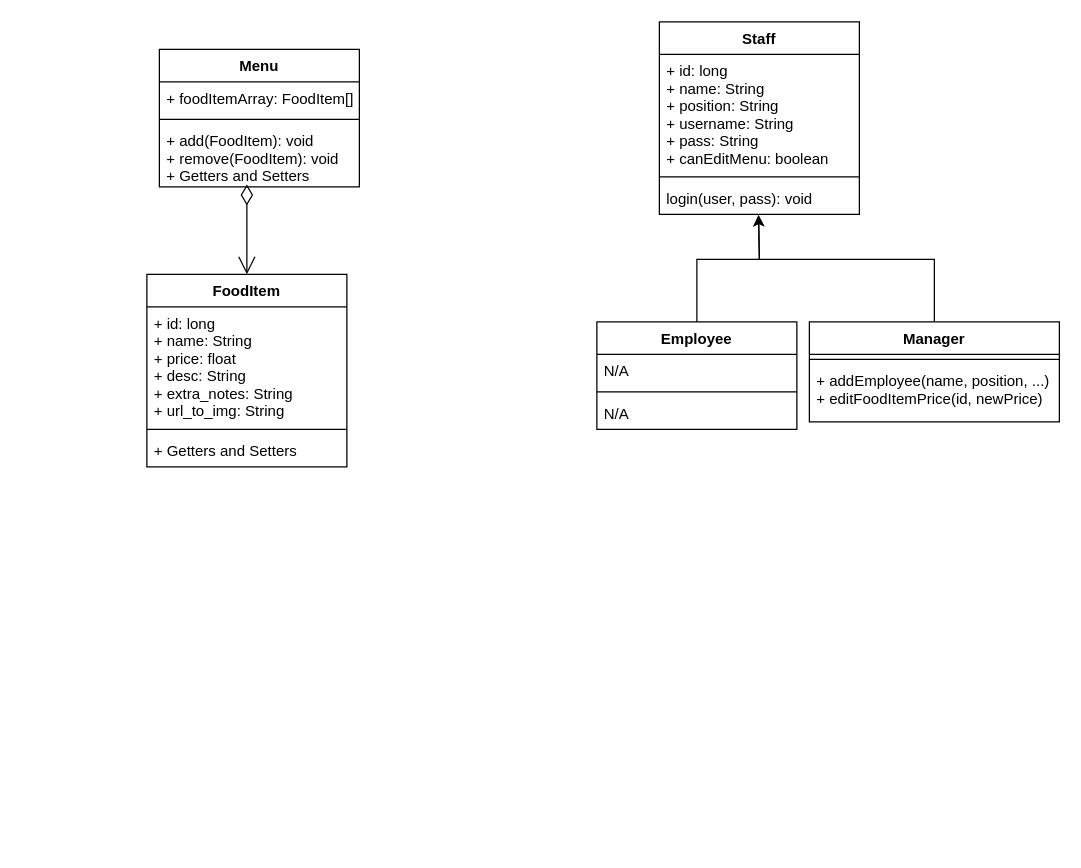
Earlier version of the draw.io diagram docs/Class Diagram 10212022.drawio (nick9982/foodify). Source tidied: cells renumbered, new cells numbered last; positions are measured from the earlier drawing's top-left corner, leaving out a move shared by most shapes. Both pictures are drawn from the tidied source at 125%, with x=0, y=0 at pixel (146, 21).
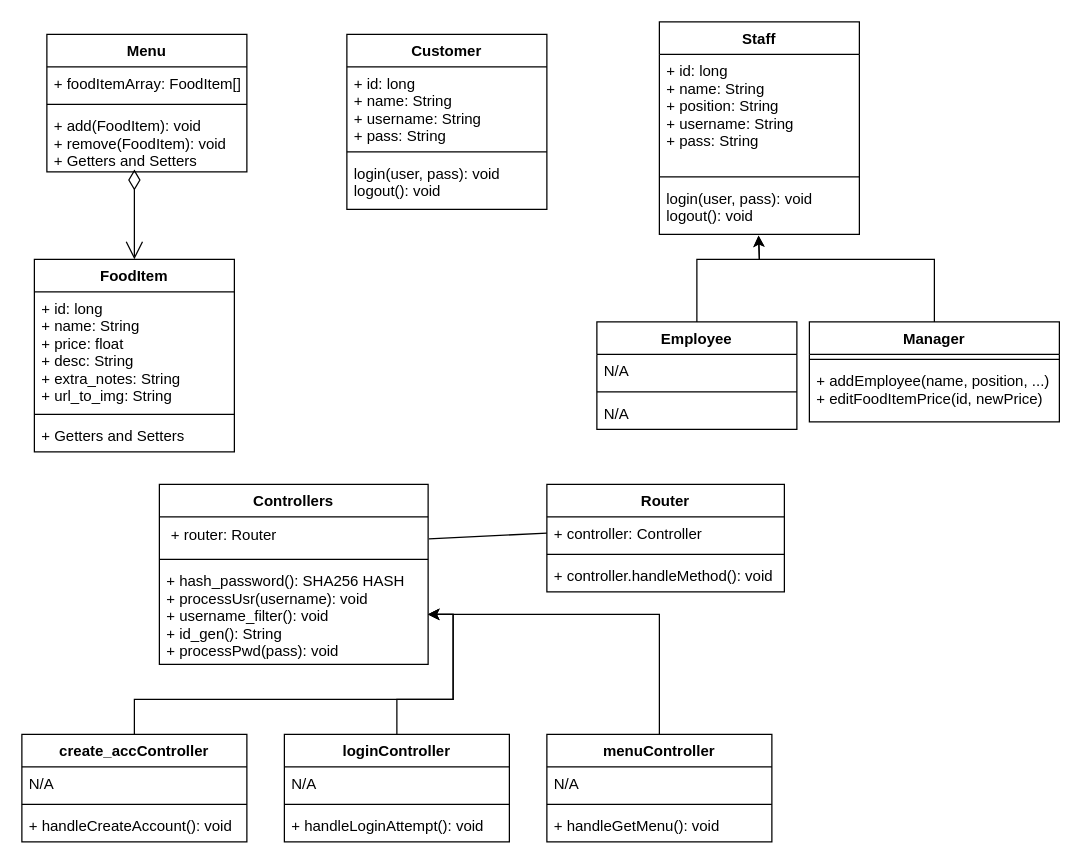
After the change.

Commit message (it also covers changes not shown here):
Updated Gantt, class diagram

Diff of the diagram source:
```diff
@@
     <mxCell id="2" value="Menu" style="swimlane;fontStyle=1;align=center;verticalAlign=top;horizontal=1;startSize=26;" parent="1" vertex="1">
-      <mxGeometry x="10" y="22" width="160" height="110" as="geometry" />
+      <mxGeometry x="-80" y="10" width="160" height="110" as="geometry" />
     </mxCell>
@@
     <mxCell id="6" value="Staff" style="swimlane;fontStyle=1;align=center;verticalAlign=top;horizontal=1;startSize=26;" parent="1" vertex="1">
-      <mxGeometry x="410" width="160" height="154" as="geometry" />
+      <mxGeometry x="410" width="160" height="170" as="geometry" />
     </mxCell>
-    <mxCell id="7" value="+ id: long&#10;+ name: String&#10;+ position: String&#10;+ username: String&#10;+ pass: String&#10;+ canEditMenu: boolean" style="text;strokeColor=none;fillColor=none;align=left;verticalAlign=top;spacingLeft=4;spacingRight=4;overflow=hidden;" parent="6" vertex="1">
+    <mxCell id="7" value="+ id: long&#10;+ name: String&#10;+ position: String&#10;+ username: String&#10;+ pass: String" style="text;strokeColor=none;fillColor=none;align=left;verticalAlign=top;spacingLeft=4;spacingRight=4;overflow=hidden;" parent="6" vertex="1">
       <mxGeometry y="26" width="160" height="94" as="geometry" />
     </mxCell>
@@
-    <mxCell id="9" value="login(user, pass): void" style="text;strokeColor=none;fillColor=none;align=left;verticalAlign=top;spacingLeft=4;spacingRight=4;overflow=hidden;points=[[0,0.5],[1,0.5]];portConstraint=eastwest;" parent="6" vertex="1">
-      <mxGeometry y="128" width="160" height="26" as="geometry" />
+    <mxCell id="9" value="login(user, pass): void&#10;logout(): void" style="text;strokeColor=none;fillColor=none;align=left;verticalAlign=top;spacingLeft=4;spacingRight=4;overflow=hidden;points=[[0,0.5],[1,0.5]];portConstraint=eastwest;" parent="6" vertex="1">
+      <mxGeometry y="128" width="160" height="42" as="geometry" />
     </mxCell>
@@
     <mxCell id="13" value="FoodItem" style="swimlane;fontStyle=1;align=center;verticalAlign=top;horizontal=1;startSize=26;" parent="1" vertex="1">
-      <mxGeometry y="202" width="160" height="154" as="geometry" />
+      <mxGeometry x="-90" y="190" width="160" height="154" as="geometry" />
     </mxCell>
@@
     <mxCell id="17" style="endArrow=open;html=1;endSize=12;startArrow=diamondThin;startSize=14;startFill=0;edgeStyle=orthogonalEdgeStyle;align=left;verticalAlign=bottom;rounded=0;entryX=0.5;entryY=0;entryDx=0;entryDy=0;" parent="1" edge="1" target="13">
       <mxGeometry x="-1" y="3" relative="1" as="geometry">
-        <mxPoint x="80" y="130" as="sourcePoint" />
+        <mxPoint x="-10" y="118" as="sourcePoint" />
         <Array as="points">
-          <mxPoint x="80" y="166" />
-          <mxPoint x="80" y="166" />
+          <mxPoint x="-10" y="154" />
+          <mxPoint x="-10" y="154" />
         </Array>
       </mxGeometry>
     </mxCell>
@@
+    <mxCell id="24" value="Customer" style="swimlane;fontStyle=1;align=center;verticalAlign=top;horizontal=1;startSize=26;" parent="1" vertex="1">
+      <mxGeometry x="160" y="10" width="160" height="140" as="geometry" />
+    </mxCell>
+    <mxCell id="25" value="+ id: long&#10;+ name: String&#10;+ username: String&#10;+ pass: String" style="text;strokeColor=none;fillColor=none;align=left;verticalAlign=top;spacingLeft=4;spacingRight=4;overflow=hidden;" parent="24" vertex="1">
+      <mxGeometry y="26" width="160" height="64" as="geometry" />
+    </mxCell>
+    <mxCell id="26" style="line;strokeWidth=1;fillColor=none;align=left;verticalAlign=middle;spacingTop=-1;spacingLeft=3;spacingRight=3;labelPosition=right;strokeColor=inherit;" parent="24" vertex="1">
+      <mxGeometry y="90" width="160" height="8" as="geometry" />
+    </mxCell>
+    <mxCell id="27" value="login(user, pass): void&#10;logout(): void" style="text;strokeColor=none;fillColor=none;align=left;verticalAlign=top;spacingLeft=4;spacingRight=4;overflow=hidden;" parent="24" vertex="1">
+      <mxGeometry y="98" width="160" height="42" as="geometry" />
+    </mxCell>
+    <mxCell id="28" value="Router" style="swimlane;fontStyle=1;align=center;verticalAlign=top;horizontal=1;startSize=26;" parent="1" vertex="1">
+      <mxGeometry x="320" y="370" width="190" height="86" as="geometry" />
+    </mxCell>
+    <mxCell id="29" value="+ controller: Controller" style="text;strokeColor=none;fillColor=none;align=left;verticalAlign=top;spacingLeft=4;spacingRight=4;overflow=hidden;points=[[0,0.5],[1,0.5]];portConstraint=eastwest;" parent="28" vertex="1">
+      <mxGeometry y="26" width="190" height="26" as="geometry" />
+    </mxCell>
+    <mxCell id="30" style="line;strokeWidth=1;fillColor=none;align=left;verticalAlign=middle;spacingTop=-1;spacingLeft=3;spacingRight=3;labelPosition=right;strokeColor=inherit;" parent="28" vertex="1">
+      <mxGeometry y="52" width="190" height="8" as="geometry" />
+    </mxCell>
+    <mxCell id="31" value="+ controller.handleMethod(): void" style="text;strokeColor=none;fillColor=none;align=left;verticalAlign=top;spacingLeft=4;spacingRight=4;overflow=hidden;" parent="28" vertex="1">
+      <mxGeometry y="60" width="190" height="26" as="geometry" />
+    </mxCell>
+    <mxCell id="32" style="endArrow=none;html=1;rounded=0;entryX=0;entryY=0.5;entryDx=0;entryDy=0;startArrow=none;exitX=1.003;exitY=0.585;exitDx=0;exitDy=0;exitPerimeter=0;" parent="1" edge="1" source="34" target="29">
+      <mxGeometry relative="1" as="geometry" />
+    </mxCell>
+    <mxCell id="33" value="Controllers" style="swimlane;fontStyle=1;align=center;verticalAlign=top;horizontal=1;startSize=26;" parent="1" vertex="1">
+      <mxGeometry x="10" y="370" width="215" height="144" as="geometry" />
+    </mxCell>
+    <mxCell id="34" value="+ router: Router&amp;nbsp; &amp;nbsp; &amp;nbsp; &amp;nbsp; &amp;nbsp; &amp;nbsp; &amp;nbsp; &amp;nbsp; &amp;nbsp; &amp;nbsp; &amp;nbsp; &amp;nbsp; &amp;nbsp; &amp;nbsp; &amp;nbsp; &amp;nbsp; &amp;nbsp;&amp;nbsp;" style="text;html=1;align=center;verticalAlign=middle;points=[];strokeColor=none;fillColor=none;" parent="33" vertex="1">
+      <mxGeometry y="26" width="215" height="30" as="geometry" />
+    </mxCell>
+    <mxCell id="35" style="line;strokeWidth=1;fillColor=none;align=left;verticalAlign=middle;spacingTop=-1;spacingLeft=3;spacingRight=3;labelPosition=right;strokeColor=inherit;" parent="33" vertex="1">
+      <mxGeometry y="56" width="215" height="8" as="geometry" />
+    </mxCell>
+    <mxCell id="36" value="+ hash_password(): SHA256 HASH&#10;+ processUsr(username): void&#10;+ username_filter(): void&#10;+ id_gen(): String&#10;+ processPwd(pass): void" style="text;strokeColor=none;fillColor=none;align=left;verticalAlign=top;spacingLeft=4;spacingRight=4;overflow=hidden;points=[[0,0.5],[1,0.5]];portConstraint=eastwest;" parent="33" vertex="1">
+      <mxGeometry y="64" width="215" height="80" as="geometry" />
+    </mxCell>
+    <mxCell id="37" style="edgeStyle=orthogonalEdgeStyle;rounded=0;jettySize=auto;html=1;exitX=0.5;exitY=0;exitDx=0;exitDy=0;entryX=1;entryY=0.5;entryDx=0;entryDy=0;" parent="1" edge="1" source="38" target="36">
+      <mxGeometry relative="1" as="geometry" />
+    </mxCell>
+    <mxCell id="38" value="create_accController" style="swimlane;fontStyle=1;align=center;verticalAlign=top;horizontal=1;startSize=26;" parent="1" vertex="1">
+      <mxGeometry x="-100" y="570" width="180" height="86" as="geometry" />
+    </mxCell>
+    <mxCell id="39" value="N/A" style="text;strokeColor=none;fillColor=none;align=left;verticalAlign=top;spacingLeft=4;spacingRight=4;overflow=hidden;" parent="38" vertex="1">
+      <mxGeometry y="26" width="180" height="26" as="geometry" />
+    </mxCell>
+    <mxCell id="40" style="line;strokeWidth=1;fillColor=none;align=left;verticalAlign=middle;spacingTop=-1;spacingLeft=3;spacingRight=3;labelPosition=right;strokeColor=inherit;" parent="38" vertex="1">
+      <mxGeometry y="52" width="180" height="8" as="geometry" />
+    </mxCell>
+    <mxCell id="41" value="+ handleCreateAccount(): void" style="text;strokeColor=none;fillColor=none;align=left;verticalAlign=top;spacingLeft=4;spacingRight=4;overflow=hidden;" parent="38" vertex="1">
+      <mxGeometry y="60" width="180" height="26" as="geometry" />
+    </mxCell>
+    <mxCell id="42" style="edgeStyle=orthogonalEdgeStyle;rounded=0;jettySize=auto;html=1;exitX=0.5;exitY=0;exitDx=0;exitDy=0;entryX=1;entryY=0.5;entryDx=0;entryDy=0;" parent="1" edge="1" source="43" target="36">
+      <mxGeometry relative="1" as="geometry" />
+    </mxCell>
+    <mxCell id="43" value="loginController" style="swimlane;fontStyle=1;align=center;verticalAlign=top;horizontal=1;startSize=26;" parent="1" vertex="1">
+      <mxGeometry x="110" y="570" width="180" height="86" as="geometry" />
+    </mxCell>
+    <mxCell id="44" value="N/A" style="text;strokeColor=none;fillColor=none;align=left;verticalAlign=top;spacingLeft=4;spacingRight=4;overflow=hidden;" parent="43" vertex="1">
+      <mxGeometry y="26" width="180" height="26" as="geometry" />
+    </mxCell>
+    <mxCell id="45" style="line;strokeWidth=1;fillColor=none;align=left;verticalAlign=middle;spacingTop=-1;spacingLeft=3;spacingRight=3;labelPosition=right;strokeColor=inherit;" parent="43" vertex="1">
+      <mxGeometry y="52" width="180" height="8" as="geometry" />
+    </mxCell>
+    <mxCell id="46" value="+ handleLoginAttempt(): void" style="text;strokeColor=none;fillColor=none;align=left;verticalAlign=top;spacingLeft=4;spacingRight=4;overflow=hidden;" parent="43" vertex="1">
+      <mxGeometry y="60" width="180" height="26" as="geometry" />
+    </mxCell>
+    <mxCell id="47" style="edgeStyle=orthogonalEdgeStyle;rounded=0;jettySize=auto;html=1;exitX=0.5;exitY=0;exitDx=0;exitDy=0;entryX=1;entryY=0.5;entryDx=0;entryDy=0;" parent="1" edge="1" source="48" target="36">
+      <mxGeometry relative="1" as="geometry" />
+    </mxCell>
+    <mxCell id="48" value="menuController" style="swimlane;fontStyle=1;align=center;verticalAlign=top;horizontal=1;startSize=26;" parent="1" vertex="1">
+      <mxGeometry x="320" y="570" width="180" height="86" as="geometry" />
+    </mxCell>
+    <mxCell id="49" value="N/A" style="text;strokeColor=none;fillColor=none;align=left;verticalAlign=top;spacingLeft=4;spacingRight=4;overflow=hidden;" parent="48" vertex="1">
+      <mxGeometry y="26" width="180" height="26" as="geometry" />
+    </mxCell>
+    <mxCell id="50" style="line;strokeWidth=1;fillColor=none;align=left;verticalAlign=middle;spacingTop=-1;spacingLeft=3;spacingRight=3;labelPosition=right;strokeColor=inherit;" parent="48" vertex="1">
+      <mxGeometry y="52" width="180" height="8" as="geometry" />
+    </mxCell>
+    <mxCell id="51" value="+ handleGetMenu(): void" style="text;strokeColor=none;fillColor=none;align=left;verticalAlign=top;spacingLeft=4;spacingRight=4;overflow=hidden;" parent="48" vertex="1">
+      <mxGeometry y="60" width="180" height="26" as="geometry" />
+    </mxCell>
```
